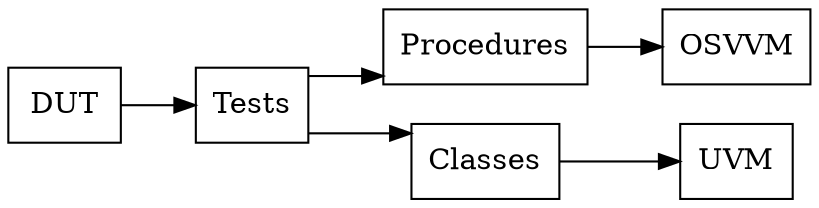
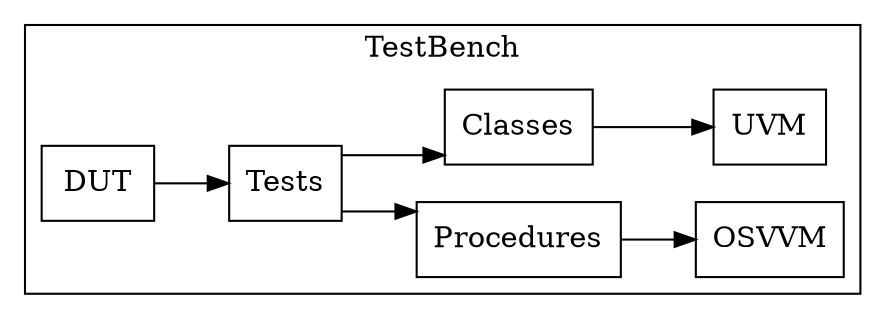
digraph Project {
  // Introduction
  graph [rankdir = LR, splines=ortho];
  node[shape=record];

  // Blocks
-   DUT[label="DUT"];
-   Tests[label="Tests"];
-   Procedures[label="Procedures"];
-   OSVVM[label="OSVVM"];
-   UVM[label="UVM"];
+   subgraph "cluster TestBench" { label = "TestBench";
+     DUT[shape=box, label="DUT"];
+     Tests[shape=box, label="Tests"];
+     Procedures[shape=box, label="Procedures"];
+     OSVVM[shape=box, label="OSVVM"];
+     Classes[shape=box, label="Classes"];
+     UVM[shape=box, label="UVM"];
+   }

  // Sequence
  DUT -> Tests;
  Tests -> Procedures;
  Tests -> Classes;
  Procedures -> OSVVM;
  Classes -> UVM;
}
